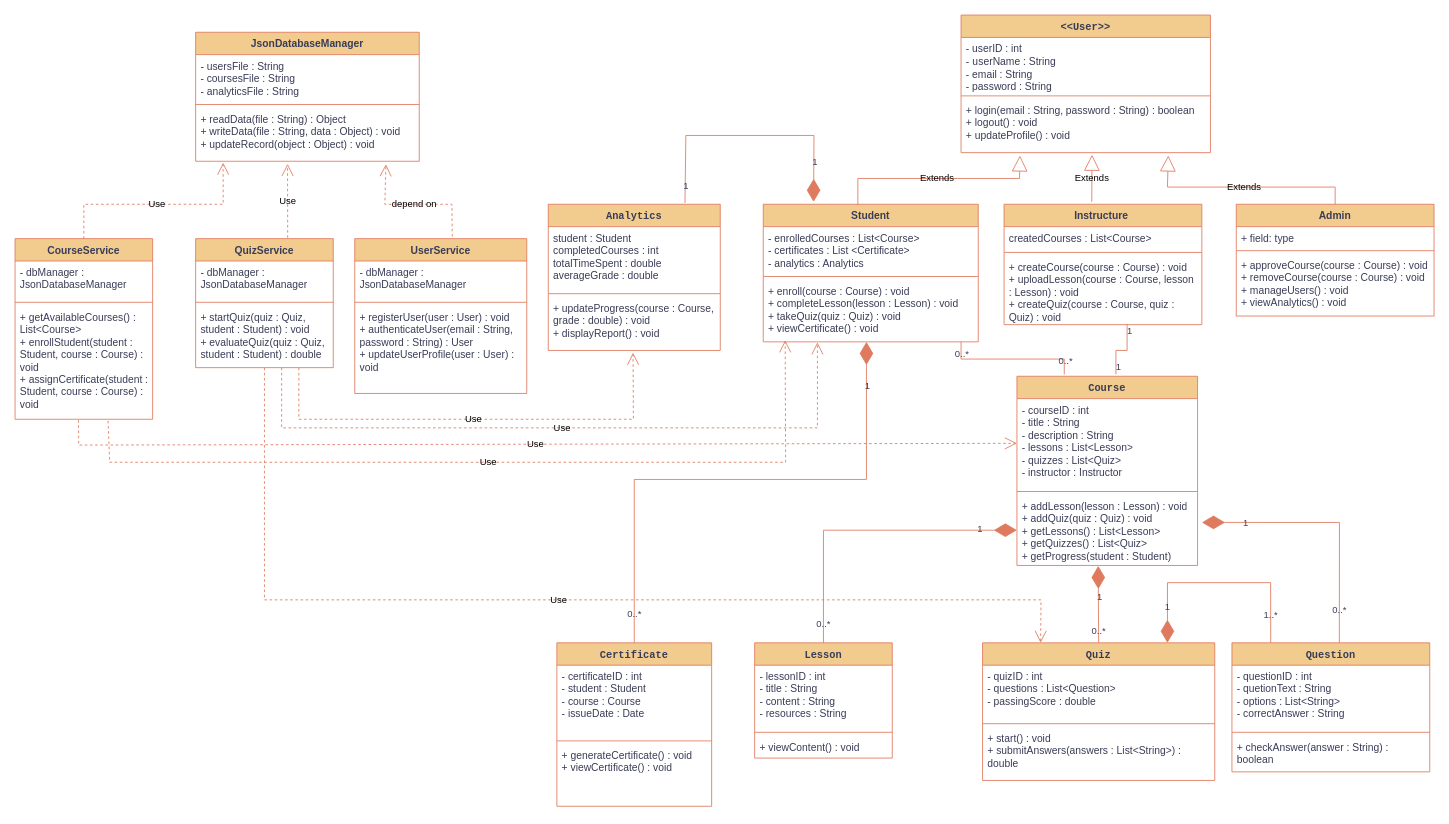
This is diagrams/class.drawio from Mohamed-Bahig/SkillForge-UML-Design, a draw.io file, before an edit. Source tidied: cells renumbered, new cells numbered last; positions are measured from the earlier drawing's top-left corner, leaving out a move shared by most shapes. Both pictures are drawn from the tidied source at 86%, with x=0, y=0 at pixel (15, 15).
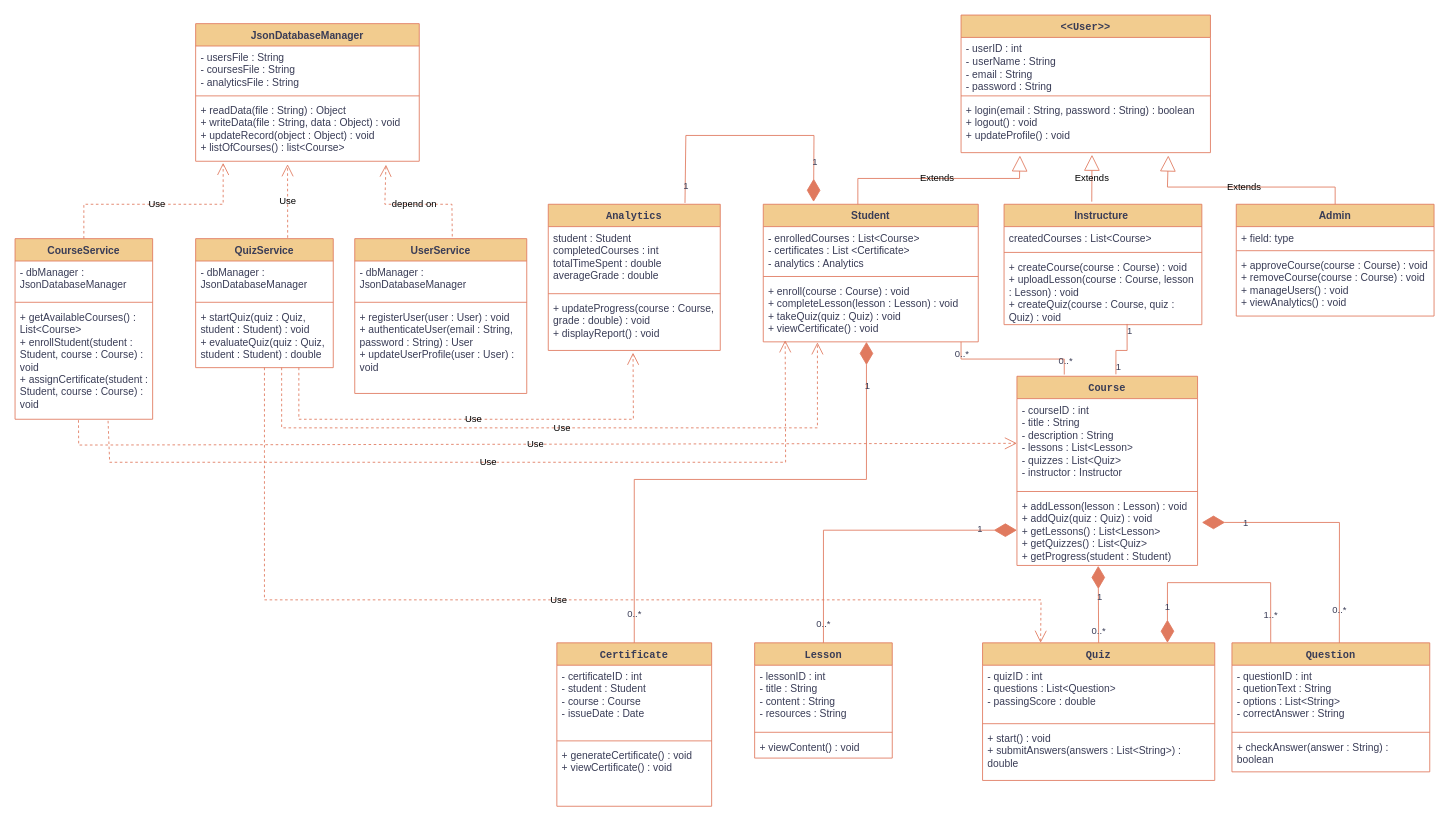
The same diagram, later.

Diff of the diagram source:
```diff
@@
     <mxCell id="51" value="JsonDatabaseManager" style="swimlane;fontStyle=1;align=center;verticalAlign=top;horizontal=1;startSize=26;whiteSpace=wrap;html=1;labelBackgroundColor=none;fillColor=#F2CC8F;strokeColor=#E07A5F;fontColor=#393C56;" parent="1" vertex="1">
-      <mxGeometry x="210" y="20" width="260" height="150" as="geometry" />
+      <mxGeometry x="210" y="10" width="260" height="160" as="geometry" />
     </mxCell>
@@
-    <mxCell id="54" value="&lt;div&gt;+ readData(file : String) : Object&lt;/div&gt;&lt;div&gt;+ writeData(file : String, data : Object) : void&lt;/div&gt;&lt;div&gt;+ updateRecord(object : Object) : void&lt;/div&gt;" style="text;strokeColor=none;fillColor=none;align=left;verticalAlign=top;spacingLeft=4;spacingRight=4;overflow=hidden;points=[[0,0.5],[1,0.5]];portConstraint=eastwest;whiteSpace=wrap;html=1;labelBackgroundColor=none;fontColor=#393C56;" parent="51" vertex="1">
-      <mxGeometry y="88" width="260" height="62" as="geometry" />
+    <mxCell id="54" value="&lt;div&gt;+ readData(file : String) : Object&lt;/div&gt;&lt;div&gt;+ writeData(file : String, data : Object) : void&lt;/div&gt;&lt;div&gt;+ updateRecord(object : Object) : void&lt;/div&gt;&lt;div&gt;&lt;div&gt;+ listOfCour&lt;span style=&quot;white-space: pre;&quot;&gt;ses() &lt;/span&gt;: list&amp;lt;Course&amp;gt;&lt;/div&gt;&lt;/div&gt;" style="text;strokeColor=none;fillColor=none;align=left;verticalAlign=top;spacingLeft=4;spacingRight=4;overflow=hidden;points=[[0,0.5],[1,0.5]];portConstraint=eastwest;whiteSpace=wrap;html=1;labelBackgroundColor=none;fontColor=#393C56;" parent="51" vertex="1">
+      <mxGeometry y="88" width="260" height="72" as="geometry" />
     </mxCell>
```
